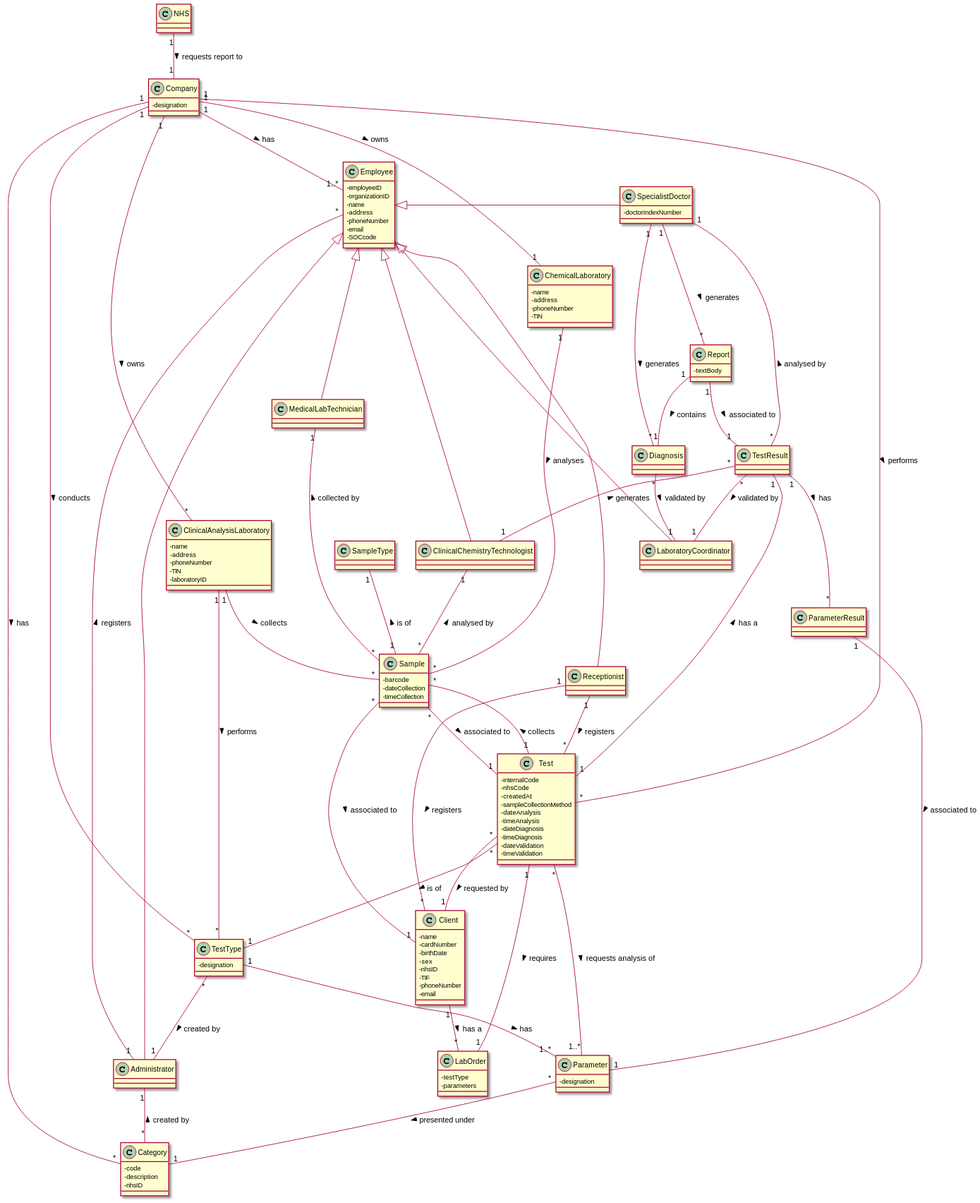
This is docs/SprintB/DM.svg from MadDinosaur/ISEP-LAPR2, a PlantUML export, as it was before one commit.
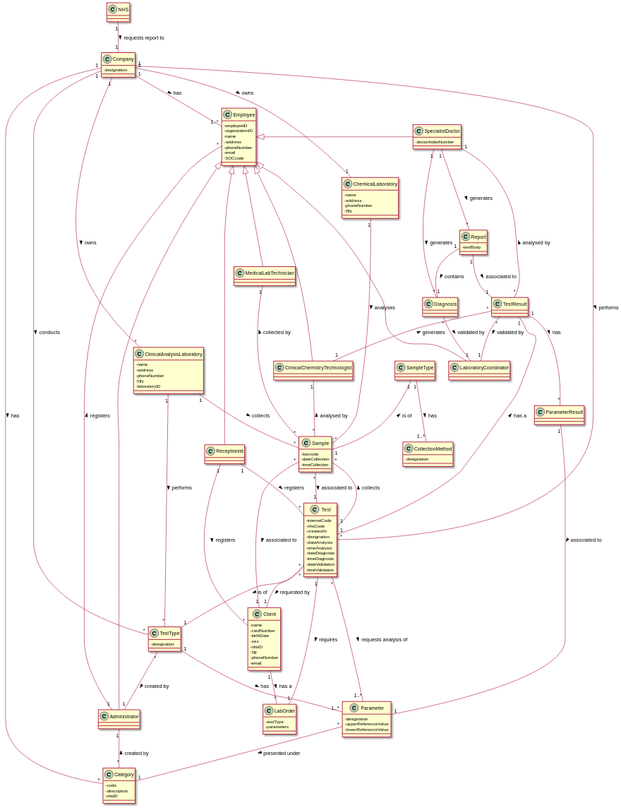
The same file after the commit.

Change to the diagram source:
```diff
@@ -12,6 +12,9 @@
 -address
 -phoneNumber
 -TIN
+}
+class CollectionMethod {
+-designation
 }
 class Client {
 -name
@@ -56,7 +59,7 @@
 -internalCode
 -nhsCode
 -createdAt
--sampleCollectionMethod
+-designation
 -dateAnalysis
 -timeAnalysis
 -dateDiagnosis
@@ -66,6 +69,8 @@
 }
 class Parameter {
 -designation
+-upperReferenceValue
+-lowerReferenceValue
 }
 class ParameterResult
 class Report {
@@ -130,4 +135,5 @@
 Employee <|-right- SpecialistDoctor
 Company "1"--"1..*" Employee : has >
 Administrator "1"--"*" Employee : registers >
+SampleType "1"--"1..*" CollectionMethod : has >
 @enduml
```
